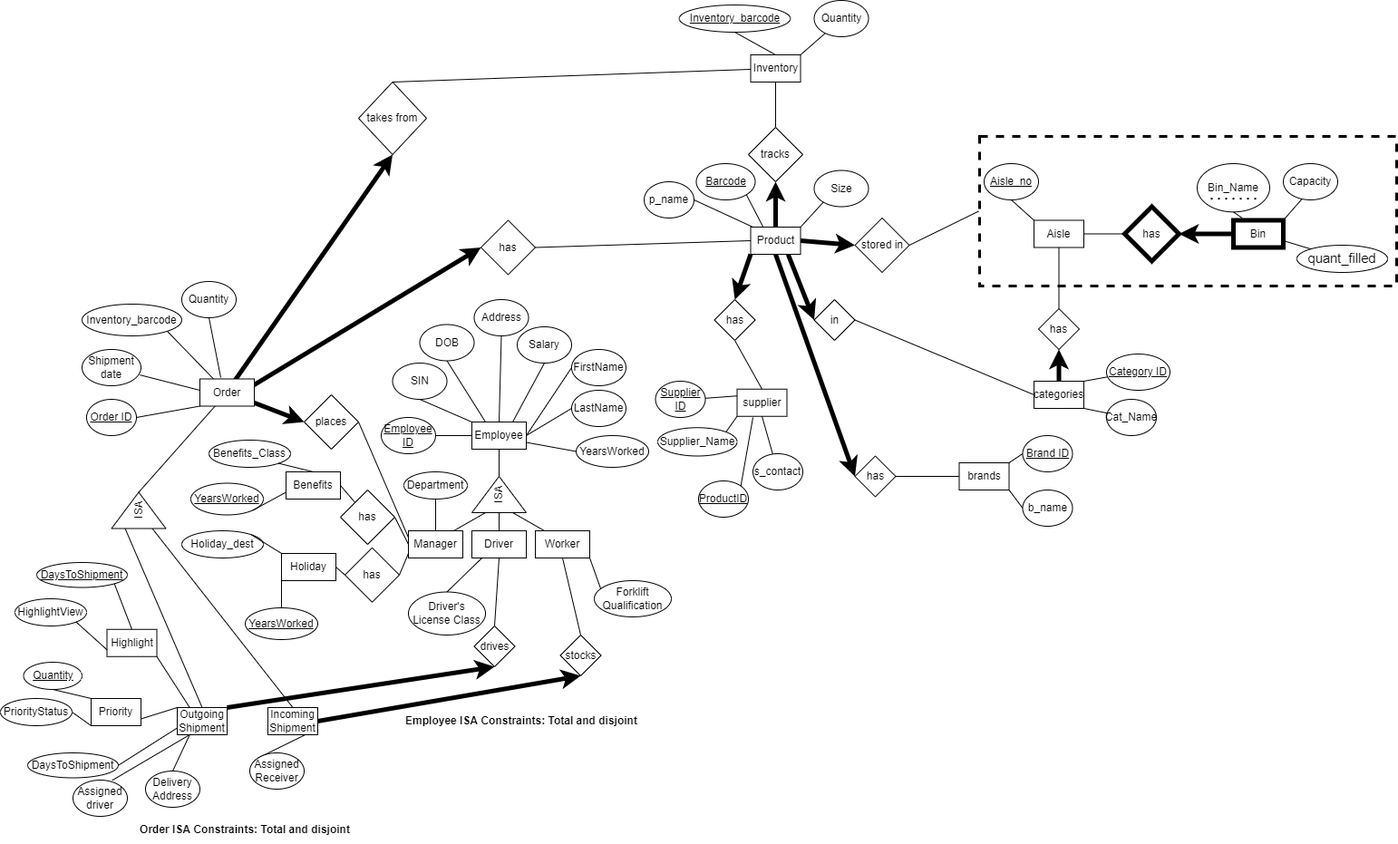
The draw.io diagram final ER diagram.png in h-xi/Simple-Inventory-Management, before a commit. Source tidied: cells renumbered, new cells last; positions are measured from the earlier drawing's top-left corner, leaving out a move shared by most shapes.
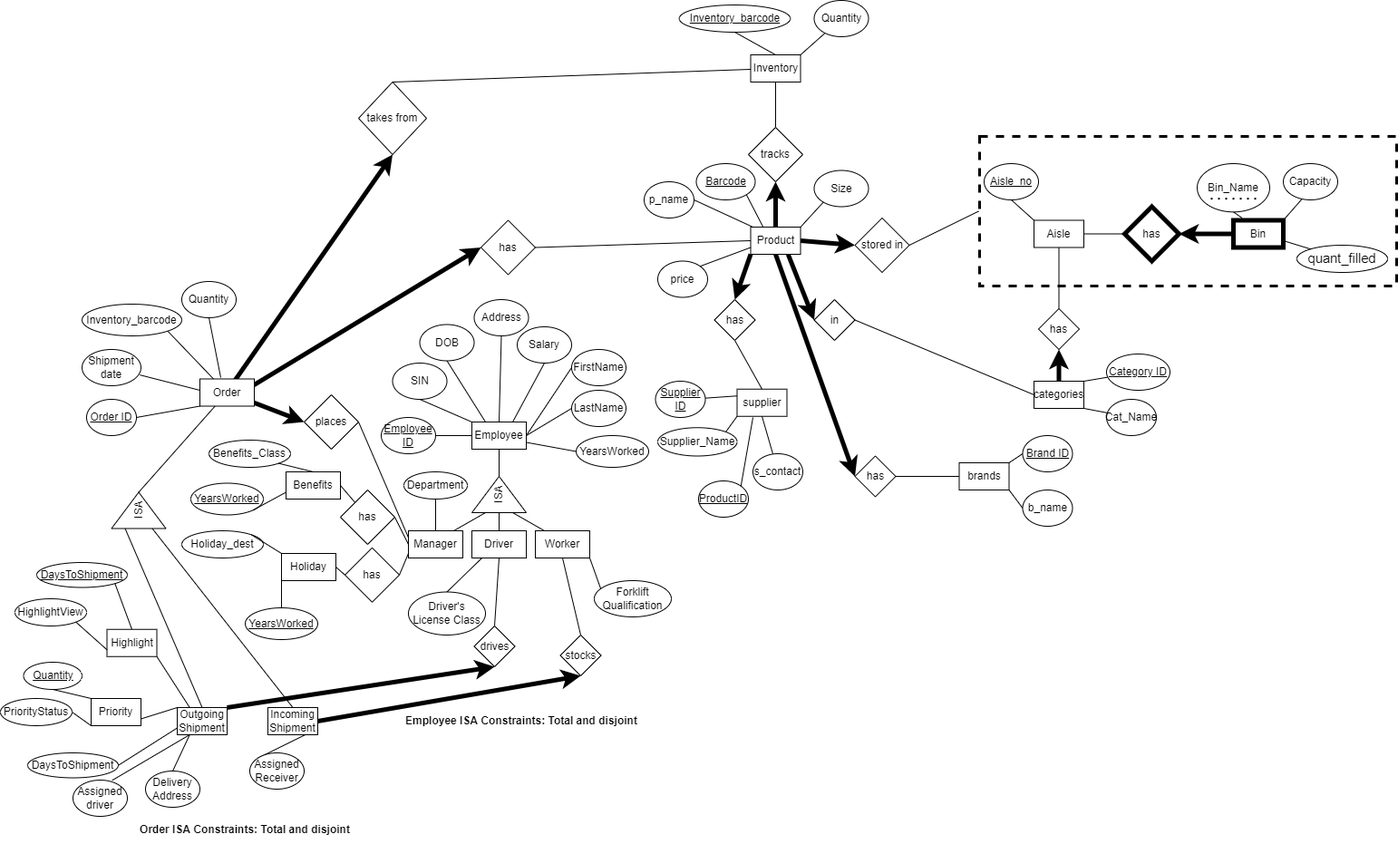
Above is the later version.

Change to the diagram source:
```diff
@@ -525,5 +525,11 @@
     <mxCell id="165" style="edgeStyle=none;rounded=0;jettySize=auto;html=1;exitX=1;exitY=0.5;exitDx=0;exitDy=0;startArrow=none;startFill=0;endArrow=none;endFill=0;strokeWidth=1;entryX=0;entryY=0.5;entryDx=0;entryDy=0;" parent="1" edge="1" source="148" target="164">
       <mxGeometry relative="1" as="geometry" />
     </mxCell>
+    <mxCell id="166" value="price" style="ellipse;whiteSpace=wrap;html=1;" parent="1" vertex="1">
+      <mxGeometry x="725" y="287.5" width="55" height="40" as="geometry" />
+    </mxCell>
+    <mxCell id="167" style="edgeStyle=none;rounded=0;jettySize=auto;html=1;exitX=1;exitY=0;exitDx=0;exitDy=0;startArrow=none;startFill=0;endArrow=none;endFill=0;strokeWidth=1;entryX=0;entryY=0.75;entryDx=0;entryDy=0;" parent="1" edge="1" source="166" target="31">
+      <mxGeometry relative="1" as="geometry" />
+    </mxCell>
   </root>
 </mxGraphModel>
```
